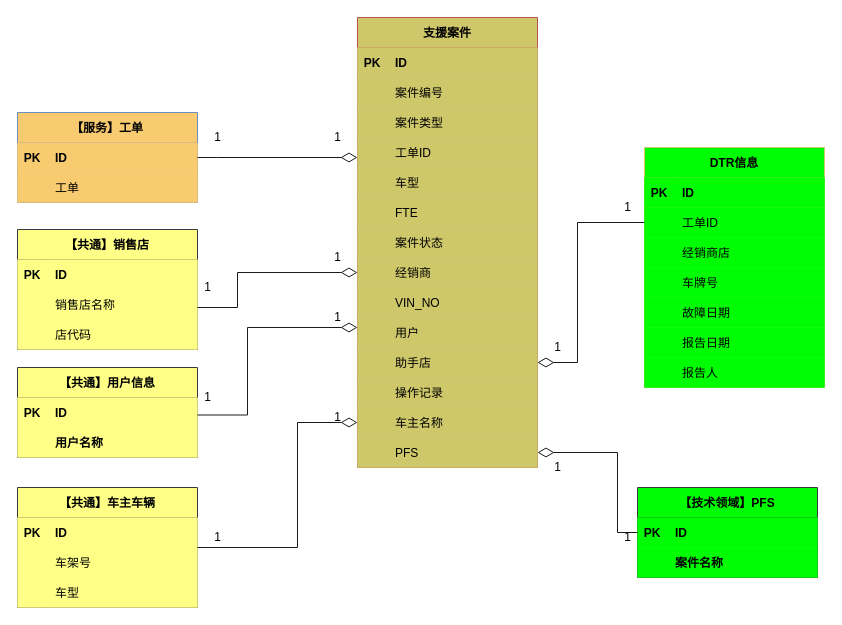
The draw.io diagram page "支援案件聚合根" (5 of 21) of images/支援案件时序图.drawio in 1132489442/designer, before the edit. Source tidied: cells renumbered, new cells numbered last; positions are measured from the earlier drawing's top-left corner, leaving out a move shared by most shapes. Both pictures are drawn from the tidied source at 100%, with x=0, y=0 at pixel (17, 17).
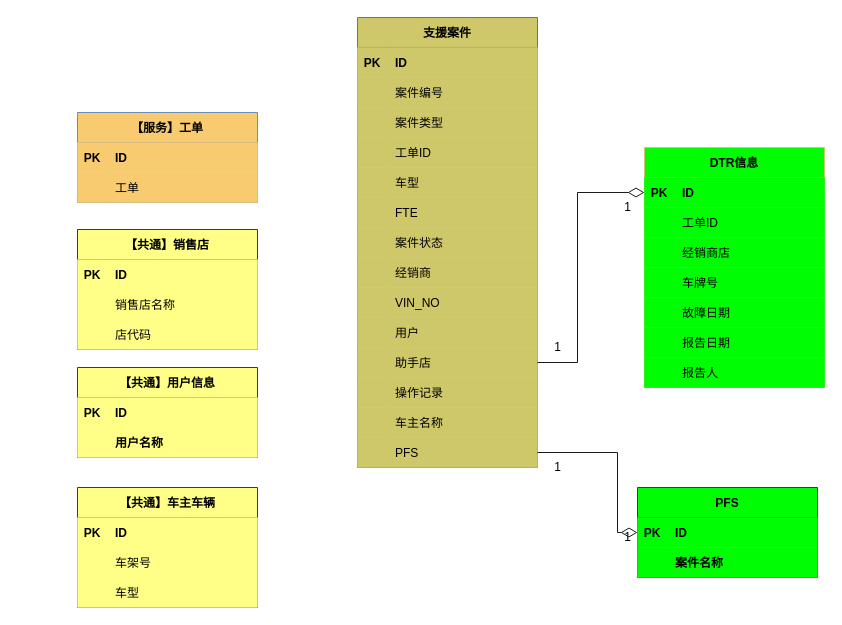
The same diagram, later.

Unchanged cells that the change refers to:
```xml
<mxCell id="31" style="shape=partialRectangle;fillColor=#CFC86B;top=0;left=0;bottom=0;right=0;points=[[0,0.5],[1,0.5]];portConstraint=eastwest;strokeColor=#b85450;" parent="9" vertex="1">
  <mxGeometry y="240" width="180" height="30" as="geometry" />
</mxCell>
<mxCell id="40" style="shape=partialRectangle;fillColor=#CFC86B;top=0;left=0;bottom=0;right=0;points=[[0,0.5],[1,0.5]];portConstraint=eastwest;strokeColor=#b85450;" parent="9" vertex="1">
  <mxGeometry y="330" width="180" height="30" as="geometry" />
</mxCell>
<mxCell id="46" style="shape=partialRectangle;fillColor=#CFC86B;top=0;left=0;bottom=0;right=0;points=[[0,0.5],[1,0.5]];portConstraint=eastwest;strokeColor=#b85450;" parent="9" vertex="1">
  <mxGeometry y="390" width="180" height="30" as="geometry" />
</mxCell>
<mxCell id="49" style="shape=partialRectangle;fillColor=#CFC86B;top=0;left=0;bottom=0;right=0;points=[[0,0.5],[1,0.5]];portConstraint=eastwest;strokeColor=#b85450;" parent="9" vertex="1">
  <mxGeometry y="420" width="180" height="30" as="geometry" />
</mxCell>
<mxCell id="84" style="shape=partialRectangle;fillColor=#00FD04;top=0;left=0;bottom=0;right=0;points=[[0,0.5],[1,0.5]];portConstraint=eastwest;strokeColor=#36393d;swimlaneLine=1;shadow=0;labelBorderColor=none;labelBackgroundColor=none;" parent="83" vertex="1">
  <mxGeometry y="30" width="180" height="30" as="geometry" />
</mxCell>
<mxCell id="100" style="shape=partialRectangle;fillColor=#00FD04;top=0;left=0;bottom=1;right=0;points=[[0,0.5],[1,0.5]];portConstraint=eastwest;strokeColor=#CFC86B;spacingTop=0;fontStyle=0;perimeterSpacing=0;swimlaneLine=1;sketch=0;shadow=0;labelBorderColor=none;labelBackgroundColor=none;" parent="99" vertex="1">
  <mxGeometry y="30" width="180" height="30" as="geometry" />
</mxCell>
<mxCell id="103" style="shape=partialRectangle;fillColor=#00FD04;top=0;left=0;bottom=0;right=0;points=[[0,0.5],[1,0.5]];portConstraint=eastwest;strokeColor=#CFC86B;spacingTop=0;fontStyle=0;perimeterSpacing=0;swimlaneLine=1;sketch=0;shadow=0;labelBorderColor=none;labelBackgroundColor=none;" parent="99" vertex="1">
  <mxGeometry y="60" width="180" height="30" as="geometry" />
</mxCell>
```

Change to the diagram source:
```diff
@@
     <mxCell id="2" value="【服务】工单" style="shape=table;startSize=30;childLayout=tableLayout;rowLines=0;fontStyle=1;align=center;fillColor=#F9CB70;strokeColor=#6c8ebf;" parent="1" vertex="1">
-      <mxGeometry y="95" width="180" height="90" as="geometry" />
+      <mxGeometry x="60" y="95" width="180" height="90" as="geometry" />
     </mxCell>
@@
     <mxCell id="52" value="【共通】车主车辆" style="shape=table;startSize=30;childLayout=tableLayout;rowLines=0;fontStyle=1;align=center;fillColor=#ffff88;strokeColor=#36393d;swimlaneLine=1;shadow=0;labelBorderColor=none;labelBackgroundColor=none;" parent="1" vertex="1">
-      <mxGeometry y="470" width="180" height="120" as="geometry" />
+      <mxGeometry x="60" y="470" width="180" height="120" as="geometry" />
     </mxCell>
@@
     <mxCell id="62" value="【共通】用户信息" style="shape=table;startSize=30;childLayout=tableLayout;rowLines=0;fontStyle=1;align=center;fillColor=#ffff88;strokeColor=#36393d;swimlaneLine=1;shadow=0;labelBorderColor=none;labelBackgroundColor=none;" parent="1" vertex="1">
-      <mxGeometry y="350" width="180" height="90" as="geometry" />
+      <mxGeometry x="60" y="350" width="180" height="90" as="geometry" />
     </mxCell>
@@
     <mxCell id="69" value="【共通】销售店" style="shape=table;startSize=30;childLayout=tableLayout;rowLines=0;fontStyle=1;align=center;fillColor=#ffff88;strokeColor=#36393d;swimlaneLine=1;shadow=0;labelBorderColor=none;labelBackgroundColor=none;" parent="1" vertex="1">
-      <mxGeometry y="212" width="180" height="120" as="geometry" />
+      <mxGeometry x="60" y="212" width="180" height="120" as="geometry" />
     </mxCell>
@@
-    <mxCell id="79" style="endArrow=none;html=1;endSize=12;startArrow=diamondThin;startSize=14;startFill=0;edgeStyle=orthogonalEdgeStyle;align=left;verticalAlign=bottom;rounded=0;strokeColor=#1A1A1A;entryX=1;entryY=0.5;entryDx=0;entryDy=0;endFill=0;" parent="1" edge="1">
-      <mxGeometry x="-1" y="3" relative="1" as="geometry">
-        <mxPoint x="340" y="140" as="sourcePoint" />
-        <mxPoint x="180" y="140" as="targetPoint" />
-        <Array as="points">
-          <mxPoint x="200" y="140" />
-        </Array>
-      </mxGeometry>
-    </mxCell>
-    <mxCell id="80" style="endArrow=none;html=1;endSize=12;startArrow=diamondThin;startSize=14;startFill=0;edgeStyle=orthogonalEdgeStyle;align=left;verticalAlign=bottom;rounded=0;strokeColor=#1A1A1A;exitX=0;exitY=0.5;exitDx=0;exitDy=0;endFill=0;" parent="1" edge="1" source="31">
-      <mxGeometry x="-1" y="3" relative="1" as="geometry">
-        <mxPoint x="180" y="290" as="targetPoint" />
-        <Array as="points">
-          <mxPoint x="220" y="255" />
-          <mxPoint x="220" y="290" />
-        </Array>
-      </mxGeometry>
-    </mxCell>
-    <mxCell id="81" style="endArrow=none;html=1;endSize=12;startArrow=diamondThin;startSize=14;startFill=0;edgeStyle=orthogonalEdgeStyle;align=left;verticalAlign=bottom;rounded=0;strokeColor=#1A1A1A;exitX=0;exitY=0.5;exitDx=0;exitDy=0;entryX=1;entryY=0.5;entryDx=0;entryDy=0;endFill=0;" parent="1" edge="1" source="46" target="52">
-      <mxGeometry x="-1" y="3" relative="1" as="geometry">
-        <Array as="points">
-          <mxPoint x="280" y="405" />
-          <mxPoint x="280" y="530" />
-        </Array>
-      </mxGeometry>
-    </mxCell>
-    <mxCell id="82" style="endArrow=none;html=1;endSize=12;startArrow=diamondThin;startSize=14;startFill=0;edgeStyle=orthogonalEdgeStyle;align=left;verticalAlign=bottom;rounded=0;strokeColor=#1A1A1A;entryX=1;entryY=0.75;entryDx=0;entryDy=0;endFill=0;" parent="1" edge="1">
-      <mxGeometry x="-1" y="3" relative="1" as="geometry">
-        <mxPoint x="340" y="310" as="sourcePoint" />
-        <mxPoint x="180" y="397.5" as="targetPoint" />
-        <Array as="points">
-          <mxPoint x="230" y="310" />
-          <mxPoint x="230" y="398" />
-        </Array>
-      </mxGeometry>
-    </mxCell>
-    <mxCell id="83" value="【技术领域】PFS" style="shape=table;startSize=30;childLayout=tableLayout;rowLines=0;fontStyle=1;align=center;fillColor=#00FD04;strokeColor=#36393d;swimlaneLine=1;shadow=0;labelBorderColor=none;labelBackgroundColor=none;" parent="1" vertex="1">
+    <mxCell id="83" value="PFS" style="shape=table;startSize=30;childLayout=tableLayout;rowLines=0;fontStyle=1;align=center;fillColor=#00FD04;strokeColor=#36393d;swimlaneLine=1;shadow=0;labelBorderColor=none;labelBackgroundColor=none;" parent="1" vertex="1">
       <mxGeometry x="620" y="470" width="180" height="90" as="geometry" />
     </mxCell>
@@
-    <mxCell id="90" style="endArrow=none;html=1;endSize=12;startArrow=diamondThin;startSize=14;startFill=0;edgeStyle=orthogonalEdgeStyle;align=left;verticalAlign=bottom;rounded=0;strokeColor=#1A1A1A;exitX=1;exitY=0.5;exitDx=0;exitDy=0;entryX=0;entryY=0.5;entryDx=0;entryDy=0;endFill=0;" parent="1" edge="1" source="49" target="84">
-      <mxGeometry x="-1" y="3" relative="1" as="geometry">
-        <Array as="points">
-          <mxPoint x="600" y="435" />
-        </Array>
-      </mxGeometry>
-    </mxCell>
-    <mxCell id="91" value="1" style="text;html=1;align=center;verticalAlign=middle;strokeColor=none;fillColor=none;" parent="1" vertex="1">
-      <mxGeometry x="310" y="110" width="20" height="20" as="geometry" />
-    </mxCell>
-    <mxCell id="92" value="1" style="text;html=1;align=center;verticalAlign=middle;strokeColor=none;fillColor=none;" parent="1" vertex="1">
-      <mxGeometry x="190" y="110" width="20" height="20" as="geometry" />
-    </mxCell>
-    <mxCell id="93" value="1" style="text;html=1;align=center;verticalAlign=middle;strokeColor=none;fillColor=none;" parent="1" vertex="1">
-      <mxGeometry x="310" y="230" width="20" height="20" as="geometry" />
-    </mxCell>
-    <mxCell id="94" value="1" style="text;html=1;align=center;verticalAlign=middle;strokeColor=none;fillColor=none;" parent="1" vertex="1">
-      <mxGeometry x="180" y="260" width="20" height="20" as="geometry" />
-    </mxCell>
-    <mxCell id="95" value="1" style="text;html=1;align=center;verticalAlign=middle;strokeColor=none;fillColor=none;" parent="1" vertex="1">
-      <mxGeometry x="310" y="290" width="20" height="20" as="geometry" />
-    </mxCell>
-    <mxCell id="96" value="1" style="text;html=1;align=center;verticalAlign=middle;strokeColor=none;fillColor=none;" parent="1" vertex="1">
-      <mxGeometry x="180" y="370" width="20" height="20" as="geometry" />
-    </mxCell>
-    <mxCell id="97" value="1" style="text;html=1;align=center;verticalAlign=middle;strokeColor=none;fillColor=none;" parent="1" vertex="1">
-      <mxGeometry x="310" y="390" width="20" height="20" as="geometry" />
-    </mxCell>
-    <mxCell id="98" value="1" style="text;html=1;align=center;verticalAlign=middle;strokeColor=none;fillColor=none;" parent="1" vertex="1">
-      <mxGeometry x="190" y="510" width="20" height="20" as="geometry" />
-    </mxCell>
@@
-    <mxCell id="121" style="endArrow=none;html=1;endSize=12;startArrow=diamondThin;startSize=14;startFill=0;edgeStyle=orthogonalEdgeStyle;align=left;verticalAlign=bottom;rounded=0;strokeColor=#1A1A1A;exitX=1;exitY=0.5;exitDx=0;exitDy=0;entryX=0;entryY=0.5;entryDx=0;entryDy=0;endFill=0;" parent="1" edge="1" source="40" target="103">
-      <mxGeometry x="-1" y="3" relative="1" as="geometry">
-        <Array as="points">
-          <mxPoint x="560" y="345" />
-          <mxPoint x="560" y="205" />
-        </Array>
-      </mxGeometry>
-    </mxCell>
@@
+    <mxCell id="121" style="endArrow=none;html=1;endSize=12;startArrow=diamondThin;startSize=14;startFill=0;edgeStyle=orthogonalEdgeStyle;align=left;verticalAlign=bottom;rounded=0;strokeColor=#1A1A1A;exitX=0;exitY=0.5;exitDx=0;exitDy=0;entryX=1;entryY=0.5;entryDx=0;entryDy=0;endFill=0;" parent="1" edge="1" source="100" target="40">
+      <mxGeometry x="-1" y="3" relative="1" as="geometry">
+        <Array as="points">
+          <mxPoint x="560" y="175" />
+          <mxPoint x="560" y="345" />
+        </Array>
+      </mxGeometry>
+    </mxCell>
+    <mxCell id="90" style="endArrow=none;html=1;endSize=12;startArrow=diamondThin;startSize=14;startFill=0;edgeStyle=orthogonalEdgeStyle;align=left;verticalAlign=bottom;rounded=0;strokeColor=#1A1A1A;exitX=0;exitY=0.5;exitDx=0;exitDy=0;entryX=1;entryY=0.5;entryDx=0;entryDy=0;endFill=0;" parent="1" edge="1" source="84" target="49">
+      <mxGeometry x="-1" y="3" relative="1" as="geometry">
+        <Array as="points">
+          <mxPoint x="600" y="435" />
+        </Array>
+      </mxGeometry>
+    </mxCell>
```
